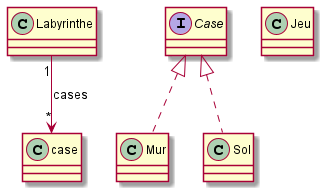
Above: documents/version_1/diagramme.png in MichelGrolet/2d-game (PlantUML), before the change. Source of this version:
```plantuml
@startuml

class Labyrinthe {

}
Labyrinthe "1" --> "*" case : cases

interface Case {

}

class Mur implements Case {

}

class Sol implements Case {

}

class Jeu {

}



@enduml
```
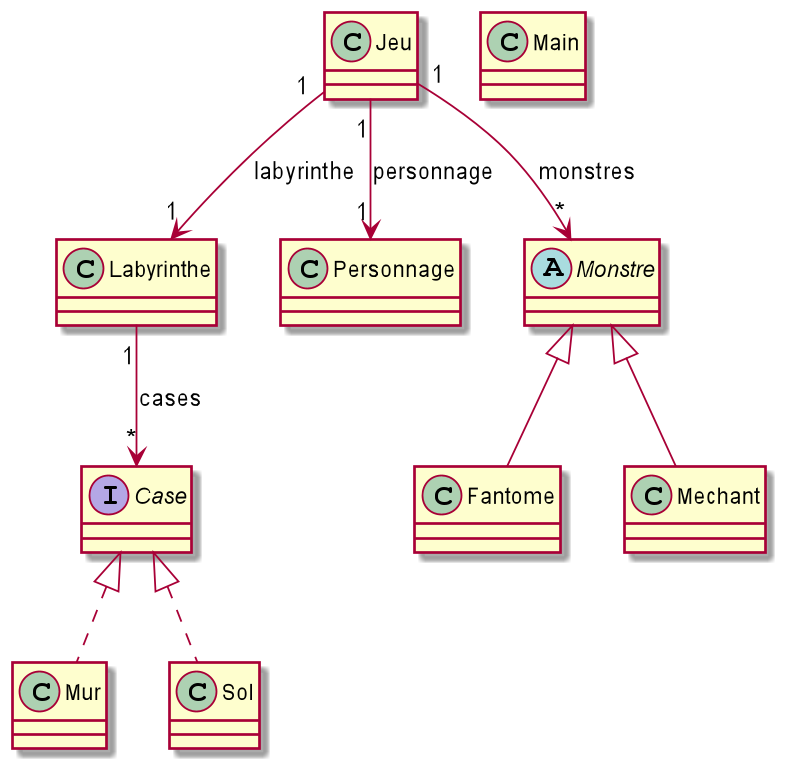
After the commit.

Diff of the diagram source:
```diff
@@ -3,7 +3,7 @@
 class Labyrinthe {
 
 }
-Labyrinthe "1" --> "*" case : cases
+Labyrinthe "1" --> "*" Case : cases
 
 interface Case {
 
@@ -17,10 +17,31 @@
 
 }
 
+class Personnage {
+
+}
+
+abstract class Monstre {
+
+}
+
+class Fantome extends Monstre {
+
+}
+
+class Mechant extends Monstre {
+
+}
+
 class Jeu {
 
 }
+Jeu "1" --> "1" Labyrinthe : labyrinthe
+Jeu "1" --> "1" Personnage : personnage
+Jeu "1" --> "*" Monstre : monstres
 
+class Main {
 
+}
 
 @enduml
```
